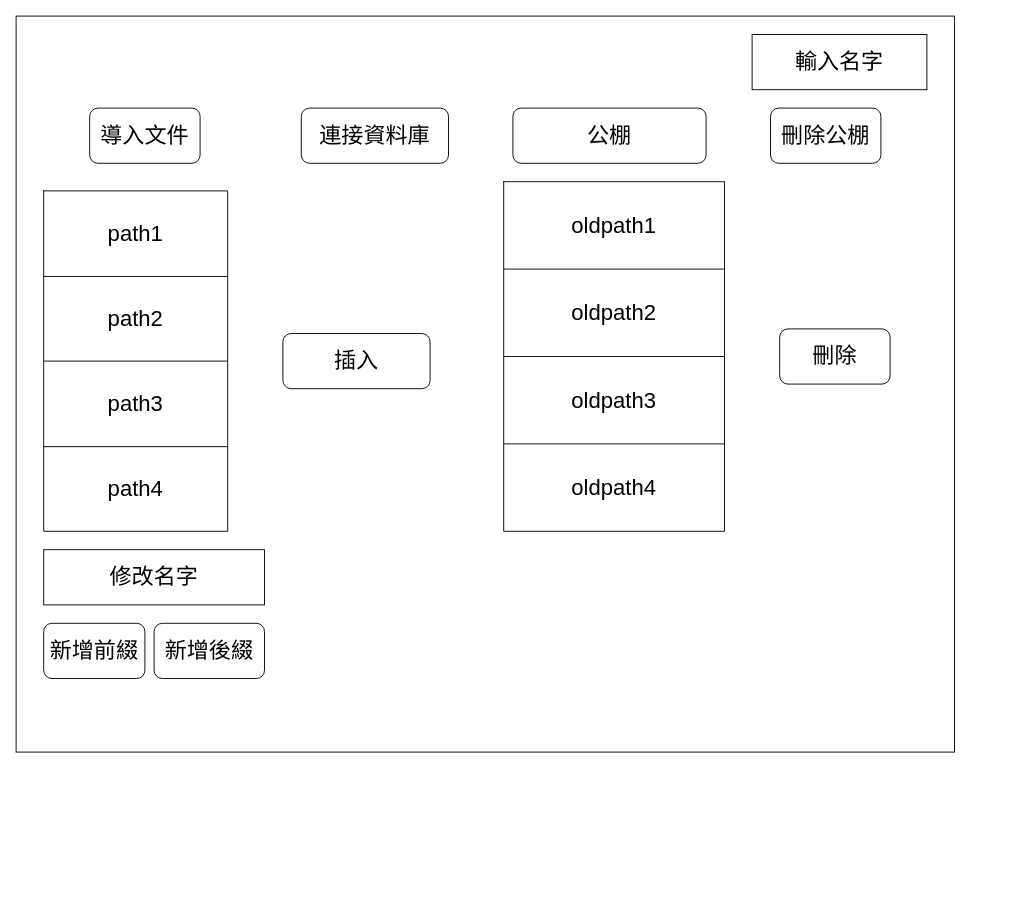
The draw.io diagram nfz_web_ui_design.drawio in pengzhen80/PigeonRace, before the edit. Source tidied: cells renumbered, new cells numbered last; positions are measured from the earlier drawing's top-left corner, leaving out a move shared by most shapes. Both pictures are drawn from the tidied source at 92%, with x=0, y=0 at pixel (16, 16).
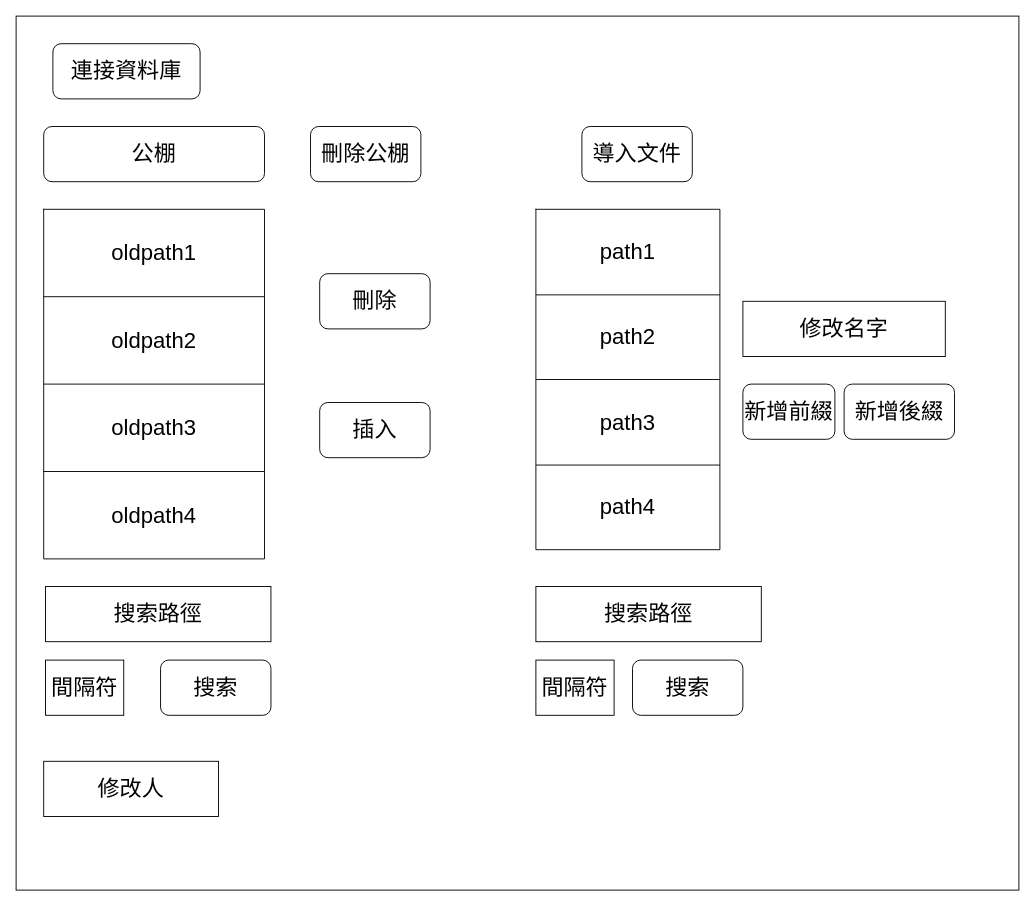
Above is the later version.

Change to the diagram source:
```diff
@@
     <mxCell id="2" style="rounded=0;whiteSpace=wrap;html=1;" parent="1" vertex="1">
-      <mxGeometry width="1020" height="800" as="geometry" />
+      <mxGeometry width="1090" height="950" as="geometry" />
     </mxCell>
     <mxCell id="3" value="&lt;font style=&quot;font-size: 24px;&quot;&gt;導入文件&lt;/font&gt;" style="rounded=1;whiteSpace=wrap;html=1;" parent="1" vertex="1">
-      <mxGeometry x="80" y="100" width="120" height="60" as="geometry" />
+      <mxGeometry x="615" y="120" width="120" height="60" as="geometry" />
     </mxCell>
     <mxCell id="4" style="shape=table;startSize=0;childLayout=tableLayout;fontSize=24;" parent="1" vertex="1">
-      <mxGeometry x="30" y="190" width="200" height="370" as="geometry" />
+      <mxGeometry x="565" y="210" width="200" height="370" as="geometry" />
     </mxCell>
@@
     <mxCell id="13" value="連接資料庫" style="rounded=1;whiteSpace=wrap;html=1;fontSize=24;" parent="1" vertex="1">
-      <mxGeometry x="310" y="100" width="160" height="60" as="geometry" />
+      <mxGeometry x="40" y="30" width="160" height="60" as="geometry" />
     </mxCell>
     <mxCell id="14" value="公棚" style="rounded=1;whiteSpace=wrap;html=1;fontSize=24;" parent="1" vertex="1">
-      <mxGeometry x="540" y="100" width="210" height="60" as="geometry" />
+      <mxGeometry x="30" y="120" width="240" height="60" as="geometry" />
     </mxCell>
     <mxCell id="15" style="shape=table;startSize=0;childLayout=tableLayout;fontSize=24;" parent="1" vertex="1">
-      <mxGeometry x="530" y="180" width="240" height="380" as="geometry" />
+      <mxGeometry x="30" y="210" width="240" height="380" as="geometry" />
     </mxCell>
@@
     <mxCell id="24" value="插入" style="rounded=1;whiteSpace=wrap;html=1;fontSize=24;" parent="1" vertex="1">
-      <mxGeometry x="290" y="345" width="160" height="60" as="geometry" />
+      <mxGeometry x="330" y="420" width="120" height="60" as="geometry" />
     </mxCell>
     <mxCell id="25" value="刪除" style="rounded=1;whiteSpace=wrap;html=1;fontSize=24;" parent="1" vertex="1">
-      <mxGeometry x="830" y="340" width="120" height="60" as="geometry" />
+      <mxGeometry x="330" y="280" width="120" height="60" as="geometry" />
     </mxCell>
     <mxCell id="26" value="刪除公棚" style="rounded=1;whiteSpace=wrap;html=1;fontSize=24;" parent="1" vertex="1">
-      <mxGeometry x="820" y="100" width="120" height="60" as="geometry" />
+      <mxGeometry x="320" y="120" width="120" height="60" as="geometry" />
     </mxCell>
-    <mxCell id="27" value="輸入名字" style="rounded=0;whiteSpace=wrap;html=1;fontSize=24;" parent="1" vertex="1">
-      <mxGeometry x="800" y="20" width="190" height="60" as="geometry" />
+    <mxCell id="27" value="修改人" style="rounded=0;whiteSpace=wrap;html=1;fontSize=24;" parent="1" vertex="1">
+      <mxGeometry x="30" y="810" width="190" height="60" as="geometry" />
     </mxCell>
     <mxCell id="28" value="&lt;font style=&quot;font-size: 24px;&quot;&gt;修改名字&lt;/font&gt;" style="rounded=0;whiteSpace=wrap;html=1;" parent="1" vertex="1">
-      <mxGeometry x="30" y="580" width="240" height="60" as="geometry" />
+      <mxGeometry x="790" y="310" width="220" height="60" as="geometry" />
     </mxCell>
     <mxCell id="29" value="新增前綴" style="rounded=1;whiteSpace=wrap;html=1;fontSize=24;" parent="1" vertex="1">
-      <mxGeometry x="30" y="660" width="110" height="60" as="geometry" />
+      <mxGeometry x="790" y="400" width="100" height="60" as="geometry" />
     </mxCell>
     <mxCell id="30" value="新增後綴" style="rounded=1;whiteSpace=wrap;html=1;fontSize=24;" parent="1" vertex="1">
-      <mxGeometry x="150" y="660" width="120" height="60" as="geometry" />
+      <mxGeometry x="900" y="400" width="120" height="60" as="geometry" />
     </mxCell>
+    <mxCell id="31" value="&lt;font style=&quot;font-size: 24px;&quot;&gt;搜索路徑&lt;/font&gt;" style="rounded=0;whiteSpace=wrap;html=1;" parent="1" vertex="1">
+      <mxGeometry x="565" y="620" width="245" height="60" as="geometry" />
+    </mxCell>
+    <mxCell id="32" value="&lt;font style=&quot;font-size: 24px;&quot;&gt;間隔符&lt;/font&gt;" style="rounded=0;whiteSpace=wrap;html=1;" parent="1" vertex="1">
+      <mxGeometry x="565" y="700" width="85" height="60" as="geometry" />
+    </mxCell>
+    <mxCell id="33" value="搜索" style="rounded=1;whiteSpace=wrap;html=1;fontSize=24;" parent="1" vertex="1">
+      <mxGeometry x="670" y="700" width="120" height="60" as="geometry" />
+    </mxCell>
+    <mxCell id="34" value="&lt;font style=&quot;font-size: 24px;&quot;&gt;搜索路徑&lt;/font&gt;" style="rounded=0;whiteSpace=wrap;html=1;" parent="1" vertex="1">
+      <mxGeometry x="32" y="620" width="245" height="60" as="geometry" />
+    </mxCell>
+    <mxCell id="35" value="&lt;font style=&quot;font-size: 24px;&quot;&gt;間隔符&lt;/font&gt;" style="rounded=0;whiteSpace=wrap;html=1;" parent="1" vertex="1">
+      <mxGeometry x="32" y="700" width="85" height="60" as="geometry" />
+    </mxCell>
+    <mxCell id="36" value="搜索" style="rounded=1;whiteSpace=wrap;html=1;fontSize=24;" parent="1" vertex="1">
+      <mxGeometry x="157" y="700" width="120" height="60" as="geometry" />
+    </mxCell>
```
